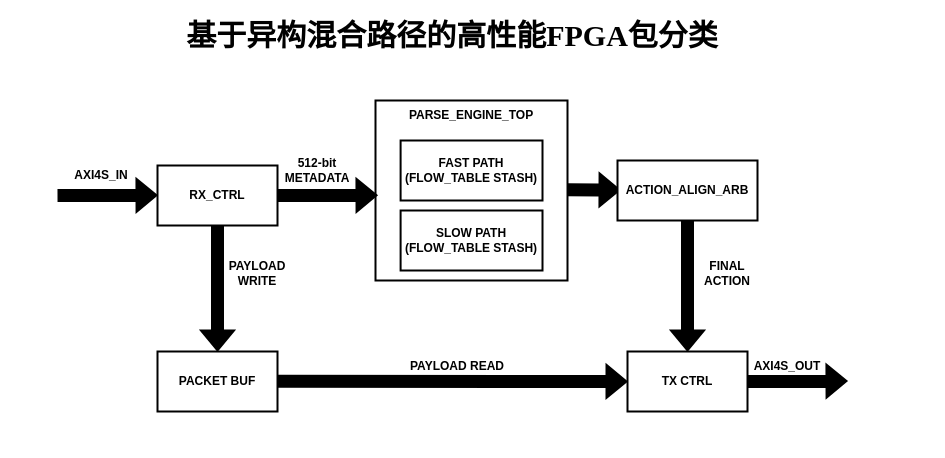
Toylog123/Draw.io keeps this draw.io diagram as page "总体结构图" (1 of 3) of 未命名绘图.drawio. Above is the earlier version. Source tidied: cells renumbered, new cells numbered last; positions are measured from the earlier drawing's top-left corner, leaving out a move shared by most shapes. Both pictures are drawn from the tidied source at 100%, with x=0, y=0 at pixel (57, 20).
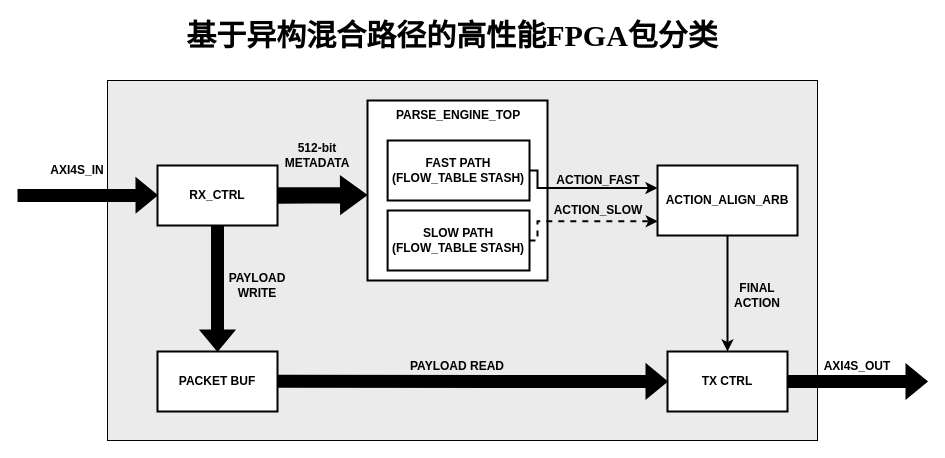
After the change.

Commit message:
更新未命名绘图.drawio

Change to the diagram source:
```diff
@@
+    <mxCell id="25" style="rounded=0;whiteSpace=wrap;html=1;gradientColor=none;fillStyle=auto;fillColor=#EBEBEB;" parent="1" vertex="1">
+      <mxGeometry x="50" y="60" width="710" height="360" as="geometry" />
+    </mxCell>
@@
-    <mxCell id="3" style="group;" parent="1" vertex="1">
-      <mxGeometry y="80" width="790" height="311" as="geometry" />
-    </mxCell>
-    <mxCell id="4" style="rounded=0;whiteSpace=wrap;html=1;strokeWidth=2;fontStyle=1;fontFamily=Helvetica;" parent="3" vertex="1">
-      <mxGeometry x="318" width="192" height="180" as="geometry" />
+    <mxCell id="4" style="rounded=0;whiteSpace=wrap;html=1;strokeWidth=2;fontStyle=1;fontFamily=Helvetica;" parent="1" vertex="1">
+      <mxGeometry x="310" y="80" width="180" height="180" as="geometry" />
     </mxCell>
-    <mxCell id="5" value="RX_CTRL" style="rounded=0;whiteSpace=wrap;html=1;strokeWidth=2;fontStyle=1;fontFamily=Helvetica;" parent="3" vertex="1">
-      <mxGeometry x="100" y="65" width="120" height="60" as="geometry" />
+    <mxCell id="5" value="RX_CTRL" style="rounded=0;whiteSpace=wrap;html=1;strokeWidth=2;fontStyle=1;fontFamily=Helvetica;" parent="1" vertex="1">
+      <mxGeometry x="100" y="145" width="120" height="60" as="geometry" />
     </mxCell>
-    <mxCell id="6" style="shape=flexArrow;endArrow=classic;html=1;rounded=0;strokeWidth=2;fillColor=#000000;exitX=1;exitY=0.5;exitDx=0;exitDy=0;fontStyle=1;fontFamily=Helvetica;" parent="3" edge="1" source="5">
-      <mxGeometry relative="1" as="geometry">
-        <mxPoint x="320" y="94.7" as="targetPoint" />
-      </mxGeometry>
+    <mxCell id="6" style="shape=flexArrow;endArrow=classic;html=1;rounded=0;strokeWidth=2;fillColor=#000000;exitX=1;exitY=0.5;exitDx=0;exitDy=0;fontStyle=1;fontFamily=Helvetica;width=13.333333333333334;endSize=7.656666666666666;entryX=-0.003;entryY=0.525;entryDx=0;entryDy=0;entryPerimeter=0;" parent="1" edge="1" source="5" target="4">
+      <mxGeometry relative="1" as="geometry" />
     </mxCell>
-    <mxCell id="7" value="&lt;div&gt;FAST PATH&lt;/div&gt;&lt;div&gt;(FLOW_TABLE STASH)&lt;/div&gt;" style="rounded=0;whiteSpace=wrap;html=1;strokeWidth=2;fontStyle=1;fontFamily=Helvetica;" parent="3" vertex="1">
-      <mxGeometry x="343.1" y="40" width="141.9" height="60" as="geometry" />
+    <mxCell id="7" value="&lt;div&gt;FAST PATH&lt;/div&gt;&lt;div&gt;(FLOW_TABLE STASH)&lt;/div&gt;" style="rounded=0;whiteSpace=wrap;html=1;strokeWidth=2;fontStyle=1;fontFamily=Helvetica;" parent="1" vertex="1">
+      <mxGeometry x="330.1" y="120" width="141.9" height="60" as="geometry" />
     </mxCell>
-    <mxCell id="8" value="&lt;div&gt;SLOW PATH&lt;/div&gt;&lt;div&gt;(FLOW_TABLE STASH)&lt;/div&gt;" style="rounded=0;whiteSpace=wrap;html=1;strokeWidth=2;fontStyle=1;fontFamily=Helvetica;" parent="3" vertex="1">
-      <mxGeometry x="343.1" y="110" width="141.9" height="60" as="geometry" />
+    <mxCell id="8" value="&lt;div&gt;SLOW PATH&lt;/div&gt;&lt;div&gt;(FLOW_TABLE STASH)&lt;/div&gt;" style="rounded=0;whiteSpace=wrap;html=1;strokeWidth=2;fontStyle=1;fontFamily=Helvetica;" parent="1" vertex="1">
+      <mxGeometry x="330.1" y="190" width="141.9" height="60" as="geometry" />
     </mxCell>
-    <mxCell id="9" style="shape=flexArrow;endArrow=classic;html=1;rounded=0;strokeWidth=2;fillColor=#000000;fontStyle=1;fontFamily=Helvetica;" parent="3" edge="1">
+    <mxCell id="9" style="shape=flexArrow;endArrow=classic;html=1;rounded=0;strokeWidth=2;fillColor=#000000;fontStyle=1;fontFamily=Helvetica;" parent="1" edge="1">
       <mxGeometry relative="1" as="geometry">
-        <mxPoint y="95" as="sourcePoint" />
-        <mxPoint x="100" y="94.7" as="targetPoint" />
+        <mxPoint x="-40" y="175" as="sourcePoint" />
+        <mxPoint x="100" y="174.7" as="targetPoint" />
       </mxGeometry>
     </mxCell>
-    <mxCell id="10" value="AXI4S_IN" style="text;html=1;whiteSpace=wrap;strokeColor=none;fillColor=none;align=center;verticalAlign=middle;rounded=0;strokeWidth=2;fontStyle=1;fontFamily=Helvetica;" parent="3" vertex="1">
-      <mxGeometry x="14" y="60" width="60" height="30" as="geometry" />
+    <mxCell id="10" value="AXI4S_IN" style="text;html=1;whiteSpace=wrap;strokeColor=none;fillColor=none;align=center;verticalAlign=middle;rounded=0;strokeWidth=2;fontStyle=1;fontFamily=Helvetica;" parent="1" vertex="1">
+      <mxGeometry x="-10" y="135" width="60" height="30" as="geometry" />
     </mxCell>
-    <mxCell id="11" value="PARSE_ENGINE_TOP" style="text;html=1;whiteSpace=wrap;strokeColor=none;fillColor=none;align=center;verticalAlign=middle;rounded=0;fontStyle=1;strokeWidth=2;fontFamily=Helvetica;" parent="3" vertex="1">
-      <mxGeometry x="384" width="60" height="30" as="geometry" />
+    <mxCell id="11" value="PARSE_ENGINE_TOP" style="text;html=1;whiteSpace=wrap;strokeColor=none;fillColor=none;align=center;verticalAlign=middle;rounded=0;fontStyle=1;strokeWidth=2;fontFamily=Helvetica;" parent="1" vertex="1">
+      <mxGeometry x="371" y="80" width="60" height="30" as="geometry" />
     </mxCell>
-    <mxCell id="12" style="shape=flexArrow;endArrow=classic;html=1;rounded=0;strokeWidth=2;fillColor=#000000;fontStyle=1;fontFamily=Helvetica;" parent="3" edge="1">
-      <mxGeometry relative="1" as="geometry">
-        <mxPoint x="510" y="89.3" as="sourcePoint" />
-        <mxPoint x="563" y="89.5" as="targetPoint" />
-      </mxGeometry>
-    </mxCell>
-    <mxCell id="13" value="512-bit&lt;br&gt;METADATA" style="text;html=1;whiteSpace=wrap;strokeColor=none;fillColor=none;align=center;verticalAlign=middle;rounded=0;strokeWidth=2;fontStyle=1;fontFamily=Helvetica;" parent="3" vertex="1">
-      <mxGeometry x="230" y="55" width="60" height="30" as="geometry" />
+    <mxCell id="13" value="512-bit&lt;br&gt;METADATA" style="text;html=1;whiteSpace=wrap;strokeColor=none;fillColor=none;align=center;verticalAlign=middle;rounded=0;strokeWidth=2;fontStyle=1;fontFamily=Helvetica;" parent="1" vertex="1">
+      <mxGeometry x="230" y="120" width="60" height="30" as="geometry" />
     </mxCell>
+    <mxCell id="15" style="edgeStyle=orthogonalEdgeStyle;rounded=0;jettySize=auto;html=1;exitX=0.5;exitY=1;exitDx=0;exitDy=0;entryX=0.5;entryY=0;entryDx=0;entryDy=0;strokeWidth=2;" parent="1" edge="1" source="14" target="20">
+      <mxGeometry relative="1" as="geometry" />
+    </mxCell>
-    <mxCell id="14" value="ACTION_ALIGN_ARB" style="rounded=0;whiteSpace=wrap;html=1;strokeWidth=2;fontStyle=1;fontFamily=Helvetica;" parent="3" vertex="1">
-      <mxGeometry x="560" y="60" width="140" height="60" as="geometry" />
+    <mxCell id="14" value="ACTION_ALIGN_ARB" style="rounded=0;whiteSpace=wrap;html=1;strokeWidth=2;fontStyle=1;fontFamily=Helvetica;" parent="1" vertex="1">
+      <mxGeometry x="600" y="145" width="140" height="70" as="geometry" />
     </mxCell>
-    <mxCell id="15" style="shape=flexArrow;endArrow=classic;html=1;rounded=0;strokeWidth=2;fillColor=#000000;entryX=0.5;entryY=0;entryDx=0;entryDy=0;fontStyle=1;fontFamily=Helvetica;" parent="3" edge="1" source="14" target="20">
-      <mxGeometry relative="1" as="geometry" />
-    </mxCell>
-    <mxCell id="16" value="FINAL ACTION" style="text;html=1;whiteSpace=wrap;strokeColor=none;fillColor=none;align=center;verticalAlign=middle;rounded=0;fontStyle=1;fontFamily=Helvetica;" parent="3" vertex="1">
-      <mxGeometry x="640" y="158" width="60" height="30" as="geometry" />
+    <mxCell id="16" value="FINAL ACTION" style="text;html=1;whiteSpace=wrap;strokeColor=none;fillColor=none;align=center;verticalAlign=middle;rounded=0;fontStyle=1;fontFamily=Helvetica;" parent="1" vertex="1">
+      <mxGeometry x="670" y="260" width="60" height="30" as="geometry" />
     </mxCell>
-    <mxCell id="17" style="shape=flexArrow;endArrow=classic;html=1;rounded=0;strokeWidth=2;fillColor=#000000;entryX=0.5;entryY=0;entryDx=0;entryDy=0;fontStyle=1;fontFamily=Helvetica;" parent="3" edge="1" source="5" target="19">
+    <mxCell id="17" style="shape=flexArrow;endArrow=classic;html=1;rounded=0;strokeWidth=2;fillColor=#000000;entryX=0.5;entryY=0;entryDx=0;entryDy=0;fontStyle=1;fontFamily=Helvetica;" parent="1" edge="1" source="5" target="19">
       <mxGeometry relative="1" as="geometry" />
     </mxCell>
-    <mxCell id="18" value="&lt;div&gt;PAYLOAD&lt;/div&gt;&lt;div&gt;WRITE&lt;/div&gt;" style="text;html=1;whiteSpace=wrap;strokeColor=none;fillColor=none;align=center;verticalAlign=middle;rounded=0;fontStyle=1;fontFamily=Helvetica;" parent="3" vertex="1">
-      <mxGeometry x="170" y="158" width="60" height="30" as="geometry" />
+    <mxCell id="18" value="&lt;div&gt;PAYLOAD&lt;/div&gt;&lt;div&gt;WRITE&lt;/div&gt;" style="text;html=1;whiteSpace=wrap;strokeColor=none;fillColor=none;align=center;verticalAlign=middle;rounded=0;fontStyle=1;fontFamily=Helvetica;" parent="1" vertex="1">
+      <mxGeometry x="170" y="250" width="60" height="30" as="geometry" />
     </mxCell>
-    <mxCell id="19" value="PACKET BUF" style="rounded=0;whiteSpace=wrap;html=1;strokeWidth=2;fontStyle=1;fontFamily=Helvetica;" parent="3" vertex="1">
-      <mxGeometry x="100" y="251" width="120" height="60" as="geometry" />
+    <mxCell id="19" value="PACKET BUF" style="rounded=0;whiteSpace=wrap;html=1;strokeWidth=2;fontStyle=1;fontFamily=Helvetica;" parent="1" vertex="1">
+      <mxGeometry x="100" y="331" width="120" height="60" as="geometry" />
     </mxCell>
-    <mxCell id="20" value="TX CTRL" style="rounded=0;whiteSpace=wrap;html=1;strokeWidth=2;fontStyle=1;fontFamily=Helvetica;" parent="3" vertex="1">
-      <mxGeometry x="570" y="251" width="120" height="60" as="geometry" />
+    <mxCell id="20" value="TX CTRL" style="rounded=0;whiteSpace=wrap;html=1;strokeWidth=2;fontStyle=1;fontFamily=Helvetica;" parent="1" vertex="1">
+      <mxGeometry x="610" y="331" width="120" height="60" as="geometry" />
     </mxCell>
-    <mxCell id="21" style="shape=flexArrow;endArrow=classic;html=1;rounded=0;strokeWidth=2;fillColor=#000000;exitX=1;exitY=0.5;exitDx=0;exitDy=0;entryX=0;entryY=0.5;entryDx=0;entryDy=0;fontStyle=1;fontFamily=Helvetica;" parent="3" edge="1" target="20">
+    <mxCell id="21" style="shape=flexArrow;endArrow=classic;html=1;rounded=0;strokeWidth=2;fillColor=#000000;exitX=1;exitY=0.5;exitDx=0;exitDy=0;entryX=0;entryY=0.5;entryDx=0;entryDy=0;fontStyle=1;fontFamily=Helvetica;" parent="1" edge="1" target="20">
       <mxGeometry relative="1" as="geometry">
-        <mxPoint x="220" y="280.8" as="sourcePoint" />
+        <mxPoint x="220" y="360.8" as="sourcePoint" />
       </mxGeometry>
     </mxCell>
-    <mxCell id="22" value="PAYLOAD READ" style="text;html=1;whiteSpace=wrap;strokeColor=none;fillColor=none;align=center;verticalAlign=middle;rounded=0;fontStyle=1;fontFamily=Helvetica;" parent="3" vertex="1">
-      <mxGeometry x="350" y="251" width="100" height="30" as="geometry" />
+    <mxCell id="22" value="PAYLOAD READ" style="text;html=1;whiteSpace=wrap;strokeColor=none;fillColor=none;align=center;verticalAlign=middle;rounded=0;fontStyle=1;fontFamily=Helvetica;" parent="1" vertex="1">
+      <mxGeometry x="350" y="331" width="100" height="30" as="geometry" />
     </mxCell>
-    <mxCell id="23" style="shape=flexArrow;endArrow=classic;html=1;rounded=0;strokeWidth=2;fillColor=#000000;fontStyle=1;fontFamily=Helvetica;" parent="3" edge="1">
+    <mxCell id="23" style="shape=flexArrow;endArrow=classic;html=1;rounded=0;strokeWidth=2;fillColor=#000000;fontStyle=1;fontFamily=Helvetica;" parent="1" edge="1">
       <mxGeometry relative="1" as="geometry">
-        <mxPoint x="690" y="281" as="sourcePoint" />
-        <mxPoint x="790" y="280.6" as="targetPoint" />
+        <mxPoint x="730" y="361" as="sourcePoint" />
+        <mxPoint x="870" y="361" as="targetPoint" />
       </mxGeometry>
     </mxCell>
-    <mxCell id="24" value="AXI4S_OUT" style="text;html=1;whiteSpace=wrap;strokeColor=none;fillColor=none;align=center;verticalAlign=middle;rounded=0;strokeWidth=2;fontStyle=1;fontFamily=Helvetica;" parent="3" vertex="1">
-      <mxGeometry x="700" y="251" width="60" height="30" as="geometry" />
+    <mxCell id="24" value="AXI4S_OUT" style="text;html=1;whiteSpace=wrap;strokeColor=none;fillColor=none;align=center;verticalAlign=middle;rounded=0;strokeWidth=2;fontStyle=1;fontFamily=Helvetica;" parent="1" vertex="1">
+      <mxGeometry x="770" y="331" width="60" height="30" as="geometry" />
     </mxCell>
+    <mxCell id="26" style="edgeStyle=orthogonalEdgeStyle;rounded=0;jettySize=auto;html=1;exitX=1;exitY=0.5;exitDx=0;exitDy=0;entryX=0.002;entryY=0.797;entryDx=0;entryDy=0;strokeWidth=2;dashed=1;entryPerimeter=0;" parent="1" edge="1" source="8" target="14">
+      <mxGeometry relative="1" as="geometry">
+        <Array as="points">
+          <mxPoint x="480" y="220" />
+          <mxPoint x="480" y="200" />
+          <mxPoint x="600" y="200" />
+        </Array>
+      </mxGeometry>
+    </mxCell>
+    <mxCell id="27" style="edgeStyle=orthogonalEdgeStyle;rounded=0;jettySize=auto;html=1;entryX=0;entryY=0.322;entryDx=0;entryDy=0;strokeWidth=2;entryPerimeter=0;" parent="1" edge="1" source="7" target="14">
+      <mxGeometry relative="1" as="geometry">
+        <Array as="points">
+          <mxPoint x="480" y="150" />
+          <mxPoint x="480" y="168" />
+        </Array>
+      </mxGeometry>
+    </mxCell>
+    <mxCell id="28" value="&lt;span style=&quot;font-weight: 700;&quot;&gt;ACTION_FAST&lt;/span&gt;" style="text;html=1;whiteSpace=wrap;strokeColor=none;fillColor=none;align=center;verticalAlign=middle;rounded=0;" parent="1" vertex="1">
+      <mxGeometry x="511" y="145" width="60" height="30" as="geometry" />
+    </mxCell>
+    <mxCell id="29" value="&lt;span style=&quot;font-weight: 700;&quot;&gt;ACTION_SLOW&lt;/span&gt;" style="text;html=1;whiteSpace=wrap;strokeColor=none;fillColor=none;align=center;verticalAlign=middle;rounded=0;" parent="1" vertex="1">
+      <mxGeometry x="511" y="175" width="60" height="30" as="geometry" />
+    </mxCell>
```
